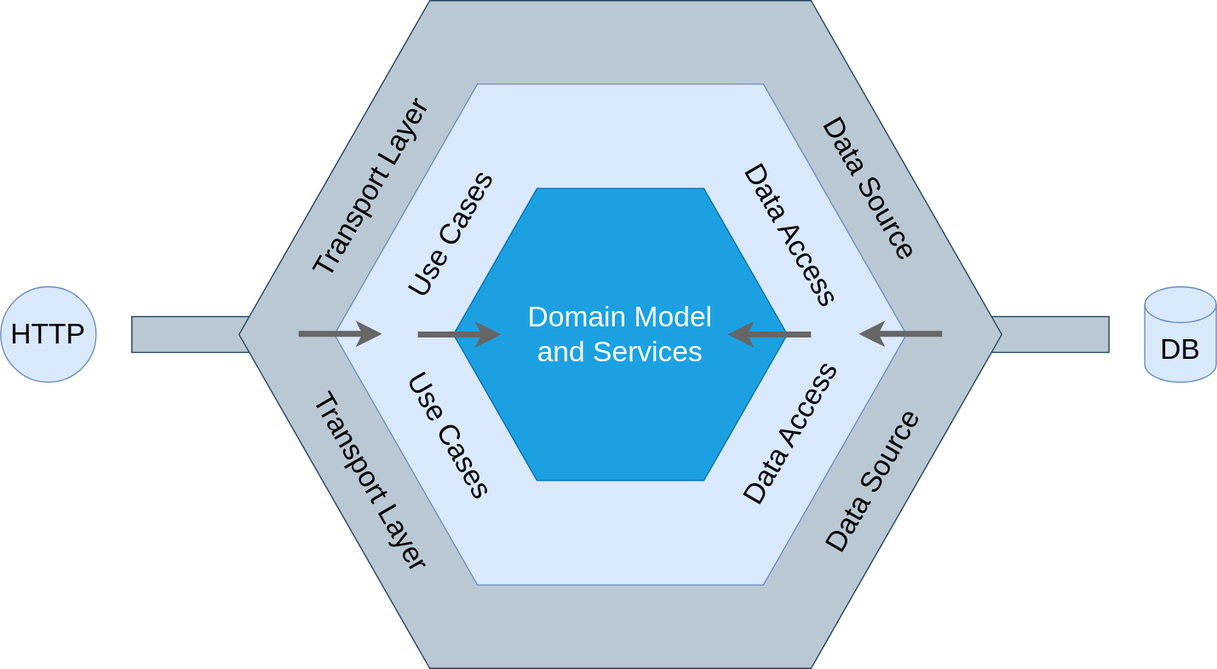
The draw.io diagram repo/rest-api/docs/assets/images/diagrams/hexagonal_architecture.drawio.svg in wikimedia/mediawiki-extensions-Wikibase, before a commit. Source tidied: cells renumbered, new cells last; positions are measured from the earlier drawing's top-left corner, leaving out a move shared by most shapes.
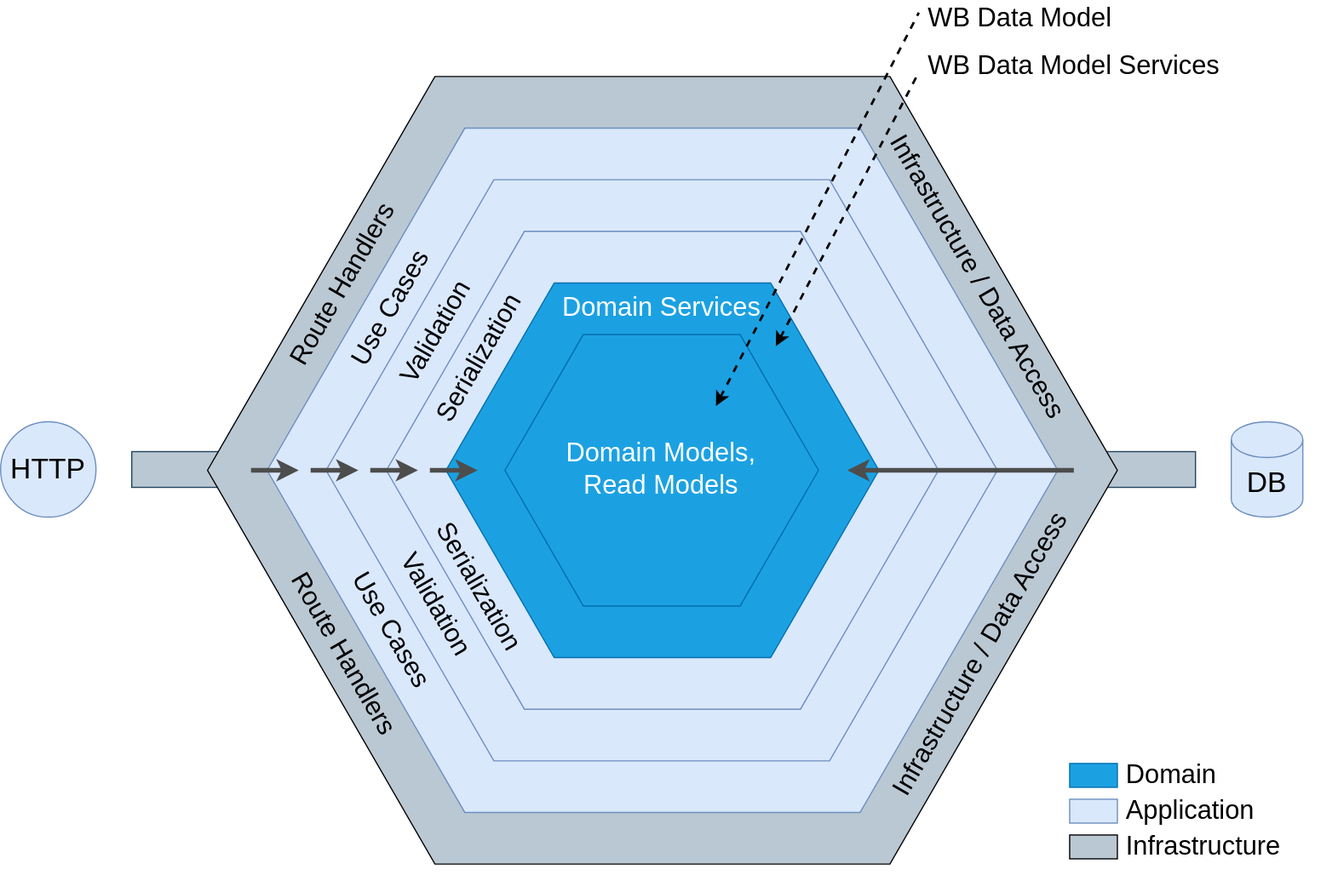
The same file after the commit.

Commit message:
REST: Update onion diagram

Bug: T327106

What changed in the source:
```diff
@@ -3,73 +3,135 @@
     <mxCell id="0" />
     <mxCell id="1" parent="0" />
     <mxCell id="2" style="rounded=0;whiteSpace=wrap;html=1;fontSize=24;fillColor=#bac8d3;strokeColor=#23445d;" parent="1" vertex="1">
-      <mxGeometry x="830" y="265" width="100" height="30" as="geometry" />
+      <mxGeometry x="857" y="264.3" width="100" height="30" as="geometry" />
     </mxCell>
     <mxCell id="3" style="rounded=0;whiteSpace=wrap;html=1;fontSize=24;fillColor=#bac8d3;strokeColor=#23445d;" parent="1" vertex="1">
-      <mxGeometry x="110" y="265" width="100" height="30" as="geometry" />
+      <mxGeometry x="65" y="264.3" width="100" height="30" as="geometry" />
     </mxCell>
-    <mxCell id="4" style="shape=hexagon;perimeter=hexagonPerimeter2;whiteSpace=wrap;html=1;fillColor=#bac8d3;strokeColor=#23445d;fixedSize=1;size=160;" parent="1" vertex="1">
-      <mxGeometry x="200" width="640" height="560" as="geometry" />
-    </mxCell>
-    <mxCell id="5" value="Transport Layer" style="text;html=1;strokeColor=none;fillColor=none;align=center;verticalAlign=middle;whiteSpace=wrap;rounded=0;fontSize=24;rotation=300;" parent="1" vertex="1">
-      <mxGeometry x="221" y="132" width="180" height="50" as="geometry" />
-    </mxCell>
-    <mxCell id="6" value="Transport Layer" style="text;html=1;strokeColor=none;fillColor=none;align=center;verticalAlign=middle;whiteSpace=wrap;rounded=0;fontSize=24;rotation=60;" parent="1" vertex="1">
-      <mxGeometry x="221" y="379" width="180" height="50" as="geometry" />
-    </mxCell>
-    <mxCell id="7" style="shape=hexagon;perimeter=hexagonPerimeter2;whiteSpace=wrap;html=1;fixedSize=1;size=120;fillColor=#dae8fc;strokeColor=#6c8ebf;" parent="1" vertex="1">
-      <mxGeometry x="280" y="70" width="480" height="420" as="geometry" />
-    </mxCell>
+    <mxCell id="21" style="shape=(stored shape, 412 characters);whiteSpace=wrap;html=1;fillColor=#BAC8D3;" parent="1" vertex="1">
+      <mxGeometry x="128.5" y="-63.3" width="763" height="686.7" as="geometry" />
+    </mxCell>
+    <mxCell id="22" style="shape=(stored shape, 412 characters);whiteSpace=wrap;html=1;fillColor=#DAE8FC;strokeColor=#6C8EBF;" parent="1" vertex="1">
+      <mxGeometry x="178.5" y="-63.3" width="663" height="686.7" as="geometry" />
+    </mxCell>
+    <mxCell id="23" style="shape=(stored shape, 412 characters);whiteSpace=wrap;html=1;fillColor=#DAE8FC;strokeColor=#6C8EBF;" parent="1" vertex="1">
+      <mxGeometry x="227.9" y="-63.3" width="563" height="686.7" as="geometry" />
+    </mxCell>
+    <mxCell id="24" style="shape=(stored shape, 412 characters);whiteSpace=wrap;html=1;fillColor=#DAE8FC;strokeColor=#6C8EBF;" parent="1" vertex="1">
+      <mxGeometry x="278.5" y="-63.3" width="463" height="686.7" as="geometry" />
+    </mxCell>
     <mxCell id="8" value="HTTP" style="ellipse;whiteSpace=wrap;html=1;fontSize=24;fillColor=#dae8fc;strokeColor=#6c8ebf;" parent="1" vertex="1">
-      <mxGeometry y="240" width="80" height="80" as="geometry" />
+      <mxGeometry x="-45" y="239.3" width="80" height="80" as="geometry" />
     </mxCell>
-    <mxCell id="9" value="Domain Model&lt;br&gt;and Services" style="shape=hexagon;perimeter=hexagonPerimeter2;whiteSpace=wrap;html=1;fixedSize=1;size=70;fillColor=#1ba1e2;strokeColor=#006EAF;fontSize=24;fontColor=#ffffff;" parent="1" vertex="1">
-      <mxGeometry x="380" y="157.5" width="280" height="245" as="geometry" />
-    </mxCell>
-    <mxCell id="10" value="Use Cases" style="text;html=1;strokeColor=none;fillColor=none;align=center;verticalAlign=middle;whiteSpace=wrap;rounded=0;fontSize=24;rotation=60;" parent="1" vertex="1">
-      <mxGeometry x="287" y="340" width="180" height="50" as="geometry" />
-    </mxCell>
-    <mxCell id="11" value="Use Cases" style="text;html=1;strokeColor=none;fillColor=none;align=center;verticalAlign=middle;whiteSpace=wrap;rounded=0;fontSize=24;rotation=300;" parent="1" vertex="1">
-      <mxGeometry x="288" y="171" width="180" height="50" as="geometry" />
-    </mxCell>
-    <mxCell id="12" value="Data Source" style="text;html=1;strokeColor=none;fillColor=none;align=center;verticalAlign=middle;whiteSpace=wrap;rounded=0;fontSize=24;rotation=60;" parent="1" vertex="1">
-      <mxGeometry x="640" y="133" width="180" height="50" as="geometry" />
-    </mxCell>
-    <mxCell id="13" value="Data Source" style="text;html=1;strokeColor=none;fillColor=none;align=center;verticalAlign=middle;whiteSpace=wrap;rounded=0;fontSize=24;rotation=300;" parent="1" vertex="1">
-      <mxGeometry x="642" y="378" width="180" height="50" as="geometry" />
-    </mxCell>
-    <mxCell id="14" value="Data Access" style="text;html=1;strokeColor=none;fillColor=none;align=center;verticalAlign=middle;whiteSpace=wrap;rounded=0;fontSize=24;rotation=60;" parent="1" vertex="1">
-      <mxGeometry x="574" y="172" width="180" height="50" as="geometry" />
-    </mxCell>
-    <mxCell id="15" value="Data Access" style="text;html=1;strokeColor=none;fillColor=none;align=center;verticalAlign=middle;whiteSpace=wrap;rounded=0;fontSize=24;rotation=300;" parent="1" vertex="1">
-      <mxGeometry x="573" y="338" width="180" height="50" as="geometry" />
-    </mxCell>
-    <mxCell id="16" style="endArrow=classic;html=1;fontSize=24;strokeWidth=5;strokeColor=#666666;fillColor=#f5f5f5;" parent="1" edge="1">
-      <mxGeometry relative="1" as="geometry">
-        <mxPoint x="250" y="279.5" as="sourcePoint" />
-        <mxPoint x="320" y="279.5" as="targetPoint" />
-      </mxGeometry>
-    </mxCell>
-    <mxCell id="17" style="endArrow=classic;html=1;fontSize=24;strokeWidth=5;strokeColor=#666666;fillColor=#f5f5f5;" parent="1" edge="1">
-      <mxGeometry relative="1" as="geometry">
-        <mxPoint x="350" y="280" as="sourcePoint" />
-        <mxPoint x="420" y="280" as="targetPoint" />
-      </mxGeometry>
-    </mxCell>
-    <mxCell id="18" style="endArrow=classic;html=1;fontSize=24;strokeWidth=5;strokeColor=#666666;fillColor=#f5f5f5;" parent="1" edge="1">
-      <mxGeometry relative="1" as="geometry">
-        <mxPoint x="680" y="280" as="sourcePoint" />
-        <mxPoint x="610" y="280" as="targetPoint" />
-      </mxGeometry>
-    </mxCell>
-    <mxCell id="19" style="endArrow=classic;html=1;fontSize=24;strokeWidth=5;strokeColor=#666666;fillColor=#f5f5f5;" parent="1" edge="1">
-      <mxGeometry relative="1" as="geometry">
-        <mxPoint x="790" y="279.5" as="sourcePoint" />
-        <mxPoint x="720" y="279.5" as="targetPoint" />
-      </mxGeometry>
-    </mxCell>
     <mxCell id="20" value="DB" style="shape=cylinder3;whiteSpace=wrap;html=1;boundedLbl=1;backgroundOutline=1;size=15;fontSize=24;fillColor=#dae8fc;strokeColor=#6c8ebf;" parent="1" vertex="1">
-      <mxGeometry x="960" y="240" width="60" height="80" as="geometry" />
+      <mxGeometry x="987" y="239.3" width="60" height="80" as="geometry" />
     </mxCell>
+    <mxCell id="25" style="shape=(stored shape, 412 characters);whiteSpace=wrap;html=1;fillColor=#1BA1E2;strokeColor=#006EAF;" parent="1" vertex="1">
+      <mxGeometry x="328.5" y="-63.3" width="363" height="686.7" as="geometry" />
+    </mxCell>
+    <mxCell id="26" style="shape=(stored shape, 412 characters);whiteSpace=wrap;html=1;fillColor=#1BA1E2;strokeColor=#006EAF;" parent="1" vertex="1">
+      <mxGeometry x="377.9" y="-63.3" width="263" height="686.7" as="geometry" />
+    </mxCell>
+    <mxCell id="27" value="&lt;font color=&quot;#ffffff&quot;&gt;Domain Services&lt;/font&gt;" style="text;strokeColor=none;align=center;fillColor=none;html=1;verticalAlign=middle;whiteSpace=wrap;rounded=0;fontSize=22;" parent="1" vertex="1">
+      <mxGeometry x="410" y="126" width="199" height="36.7" as="geometry" />
+    </mxCell>
+    <mxCell id="28" value="Domain Models,&lt;br&gt;Read Models" style="text;strokeColor=none;align=center;fillColor=none;html=1;verticalAlign=middle;whiteSpace=wrap;rounded=0;fontSize=22;fontColor=#FFFFFF;" parent="1" vertex="1">
+      <mxGeometry x="388.2" y="261.7" width="242.3" height="34.3" as="geometry" />
+    </mxCell>
+    <mxCell id="29" value="&lt;font&gt;Use Cases&lt;/font&gt;" style="text;strokeColor=none;align=center;fillColor=none;html=1;verticalAlign=middle;whiteSpace=wrap;rounded=0;fontSize=22;fontColor=#000000;rotation=300;" parent="1" vertex="1">
+      <mxGeometry x="182.9" y="126" width="199" height="36.7" as="geometry" />
+    </mxCell>
+    <mxCell id="30" value="&lt;font&gt;Validation&lt;/font&gt;" style="text;strokeColor=none;align=center;fillColor=none;html=1;verticalAlign=middle;whiteSpace=wrap;rounded=0;fontSize=22;fontColor=#000000;rotation=300;" parent="1" vertex="1">
+      <mxGeometry x="221" y="146" width="199" height="36.7" as="geometry" />
+    </mxCell>
+    <mxCell id="31" value="&lt;font&gt;Serialization&lt;/font&gt;" style="text;strokeColor=none;align=center;fillColor=none;html=1;verticalAlign=middle;whiteSpace=wrap;rounded=0;fontSize=22;fontColor=#000000;rotation=300;" parent="1" vertex="1">
+      <mxGeometry x="257" y="167.7" width="199" height="36.7" as="geometry" />
+    </mxCell>
+    <mxCell id="32" value="&lt;font&gt;Route Handlers&lt;/font&gt;" style="text;strokeColor=none;align=center;fillColor=none;html=1;verticalAlign=middle;whiteSpace=wrap;rounded=0;fontSize=22;fontColor=#000000;rotation=300;" parent="1" vertex="1">
+      <mxGeometry x="142.9" y="106" width="199" height="36.7" as="geometry" />
+    </mxCell>
+    <mxCell id="33" value="&lt;font&gt;Infrastructure / Data Access&lt;/font&gt;" style="text;strokeColor=none;align=center;fillColor=none;html=1;verticalAlign=middle;whiteSpace=wrap;rounded=0;fontSize=22;fontColor=#000000;rotation=60;direction=east;flipV=1;flipH=0;" parent="1" vertex="1">
+      <mxGeometry x="625.2" y="99.9" width="298" height="36.7" as="geometry" />
+    </mxCell>
+    <mxCell id="34" value="&lt;font&gt;Infrastructure / Data Access&lt;/font&gt;" style="text;strokeColor=none;align=center;fillColor=none;html=1;verticalAlign=middle;whiteSpace=wrap;rounded=0;fontSize=22;fontColor=#000000;rotation=300;direction=east;flipV=1;flipH=0;" parent="1" vertex="1">
+      <mxGeometry x="628.2" y="416" width="298" height="36.7" as="geometry" />
+    </mxCell>
+    <mxCell id="35" value="&lt;font&gt;Route Handlers&lt;/font&gt;" style="text;strokeColor=none;align=center;fillColor=none;html=1;verticalAlign=middle;whiteSpace=wrap;rounded=0;fontSize=22;fontColor=#000000;rotation=60;" parent="1" vertex="1">
+      <mxGeometry x="142.9" y="416" width="199" height="36.7" as="geometry" />
+    </mxCell>
+    <mxCell id="36" value="&lt;font&gt;Use Cases&lt;/font&gt;" style="text;strokeColor=none;align=center;fillColor=none;html=1;verticalAlign=middle;whiteSpace=wrap;rounded=0;fontSize=22;fontColor=#000000;rotation=60;" parent="1" vertex="1">
+      <mxGeometry x="182.9" y="396" width="199" height="36.7" as="geometry" />
+    </mxCell>
+    <mxCell id="37" value="&lt;font&gt;Validation&lt;/font&gt;" style="text;strokeColor=none;align=center;fillColor=none;html=1;verticalAlign=middle;whiteSpace=wrap;rounded=0;fontSize=22;fontColor=#000000;rotation=60;" parent="1" vertex="1">
+      <mxGeometry x="221" y="374.3" width="199" height="36.7" as="geometry" />
+    </mxCell>
+    <mxCell id="38" value="&lt;font&gt;Serialization&lt;/font&gt;" style="text;strokeColor=none;align=center;fillColor=none;html=1;verticalAlign=middle;whiteSpace=wrap;rounded=0;fontSize=22;fontColor=#000000;rotation=60;" parent="1" vertex="1">
+      <mxGeometry x="257" y="359.3" width="199" height="36.7" as="geometry" />
+    </mxCell>
+    <mxCell id="39" style="endArrow=classic;html=1;fontSize=22;fontColor=#000000;strokeWidth=4;strokeColor=#4D4D4D;" parent="1" edge="1">
+      <mxGeometry relative="1" as="geometry">
+        <mxPoint x="165" y="280" as="sourcePoint" />
+        <mxPoint x="205" y="280" as="targetPoint" />
+      </mxGeometry>
+    </mxCell>
+    <mxCell id="40" style="endArrow=classic;html=1;fontSize=22;fontColor=#000000;strokeWidth=4;strokeColor=#4D4D4D;" parent="1" edge="1">
+      <mxGeometry relative="1" as="geometry">
+        <mxPoint x="215" y="280" as="sourcePoint" />
+        <mxPoint x="255" y="280" as="targetPoint" />
+      </mxGeometry>
+    </mxCell>
+    <mxCell id="41" style="endArrow=classic;html=1;fontSize=22;fontColor=#000000;strokeWidth=4;strokeColor=#4D4D4D;" parent="1" edge="1">
+      <mxGeometry relative="1" as="geometry">
+        <mxPoint x="265" y="280" as="sourcePoint" />
+        <mxPoint x="305" y="280" as="targetPoint" />
+      </mxGeometry>
+    </mxCell>
+    <mxCell id="42" style="endArrow=classic;html=1;fontSize=22;fontColor=#000000;strokeWidth=4;strokeColor=#4D4D4D;" parent="1" edge="1">
+      <mxGeometry relative="1" as="geometry">
+        <mxPoint x="315" y="280" as="sourcePoint" />
+        <mxPoint x="355" y="280" as="targetPoint" />
+      </mxGeometry>
+    </mxCell>
+    <mxCell id="43" style="endArrow=classic;html=1;fontSize=22;fontColor=#000000;strokeWidth=4;strokeColor=#4D4D4D;" parent="1" edge="1">
+      <mxGeometry relative="1" as="geometry">
+        <mxPoint x="855" y="280" as="sourcePoint" />
+        <mxPoint x="665" y="280" as="targetPoint" />
+      </mxGeometry>
+    </mxCell>
+    <mxCell id="44" style="rounded=0;whiteSpace=wrap;html=1;fillColor=#1BA1E2;strokeColor=#006EAF;" parent="1" vertex="1">
+      <mxGeometry x="851.5" y="526" width="40" height="20" as="geometry" />
+    </mxCell>
+    <mxCell id="45" value="Domain" style="text;html=1;strokeColor=none;fillColor=none;align=left;verticalAlign=middle;whiteSpace=wrap;rounded=0;fontSize=22;" parent="1" vertex="1">
+      <mxGeometry x="897" y="521" width="158" height="30" as="geometry" />
+    </mxCell>
+    <mxCell id="46" style="rounded=0;whiteSpace=wrap;html=1;fillColor=#DAE8FC;strokeColor=#6C8EBF;" parent="1" vertex="1">
+      <mxGeometry x="851.5" y="556" width="40" height="20" as="geometry" />
+    </mxCell>
+    <mxCell id="47" value="Application" style="text;html=1;strokeColor=none;fillColor=none;align=left;verticalAlign=middle;whiteSpace=wrap;rounded=0;fontSize=22;" parent="1" vertex="1">
+      <mxGeometry x="897" y="551" width="178" height="30" as="geometry" />
+    </mxCell>
+    <mxCell id="48" style="rounded=0;whiteSpace=wrap;html=1;fillColor=#BAC8D3;strokeColor=#000000;" parent="1" vertex="1">
+      <mxGeometry x="851.5" y="586" width="40" height="20" as="geometry" />
+    </mxCell>
+    <mxCell id="49" value="Infrastructure" style="text;html=1;strokeColor=none;fillColor=none;align=left;verticalAlign=middle;whiteSpace=wrap;rounded=0;fontSize=22;" parent="1" vertex="1">
+      <mxGeometry x="897" y="581" width="178" height="30" as="geometry" />
+    </mxCell>
+    <mxCell id="50" style="endArrow=none;dashed=1;html=1;fontSize=22;strokeWidth=2;exitX=0.711;exitY=0.263;exitDx=0;exitDy=0;exitPerimeter=0;startArrow=classic;startFill=1;" parent="1" edge="1">
+      <mxGeometry relative="1" as="geometry">
+        <mxPoint x="554.9" y="226" as="sourcePoint" />
+        <mxPoint x="725" y="-104" as="targetPoint" />
+      </mxGeometry>
+    </mxCell>
+    <mxCell id="51" style="endArrow=none;dashed=1;html=1;fontSize=22;strokeWidth=2;startArrow=classic;startFill=1;exitX=0.762;exitY=0.169;exitDx=0;exitDy=0;exitPerimeter=0;" parent="1" edge="1" source="25">
+      <mxGeometry relative="1" as="geometry">
+        <mxPoint x="725" y="-54" as="targetPoint" />
+      </mxGeometry>
+    </mxCell>
+    <mxCell id="52" value="WB Data Model" style="text;html=1;strokeColor=none;fillColor=none;align=left;verticalAlign=middle;whiteSpace=wrap;rounded=0;fontSize=22;" parent="1" vertex="1">
+      <mxGeometry x="731" y="-114" width="314" height="30" as="geometry" />
+    </mxCell>
+    <mxCell id="53" value="WB Data Model Services" style="text;html=1;strokeColor=none;fillColor=none;align=left;verticalAlign=middle;whiteSpace=wrap;rounded=0;fontSize=22;" parent="1" vertex="1">
+      <mxGeometry x="731" y="-74" width="314" height="30" as="geometry" />
+    </mxCell>
   </root>
 </mxGraphModel>
```
